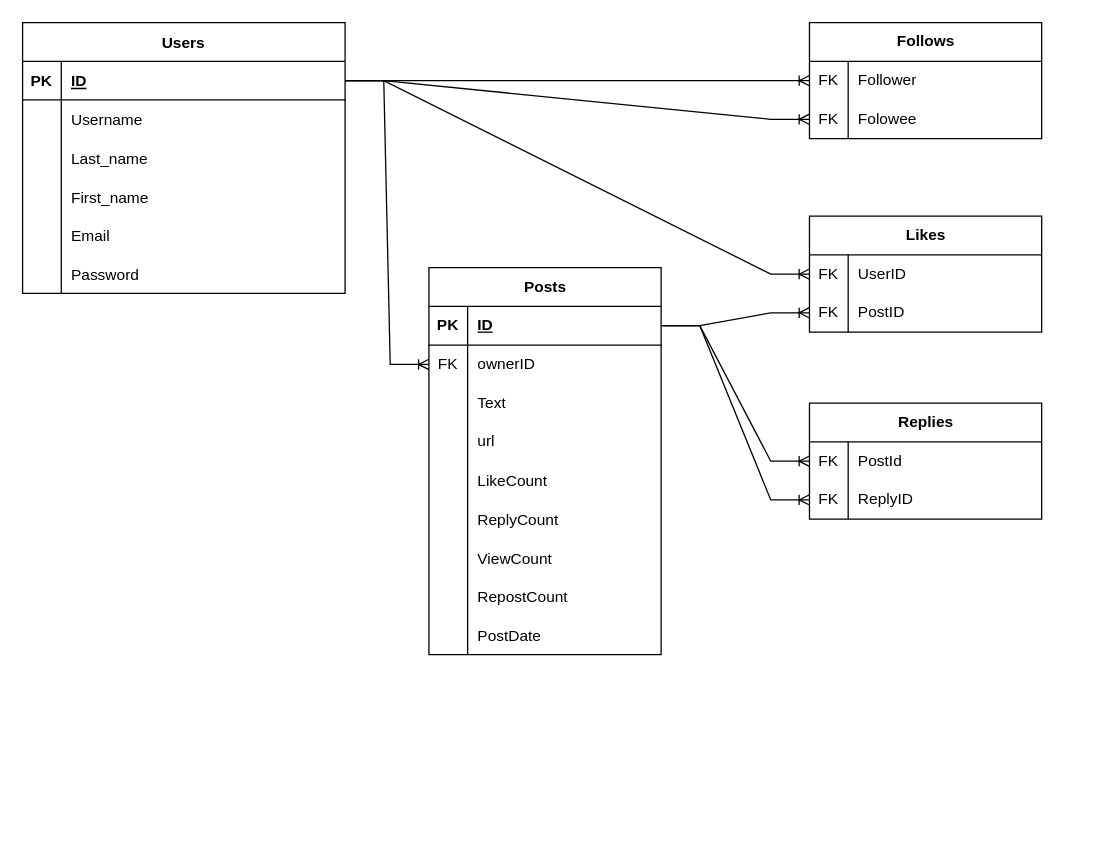
Before: Documentation/TwiterDB.drawio in DavidUKr/Twiter, a draw.io diagram. Source tidied: cells renumbered, new cells numbered last; positions are measured from the earlier drawing's top-left corner, leaving out a move shared by most shapes. Both pictures are drawn from the tidied source at 129%, with x=0, y=0 at pixel (22, 22).
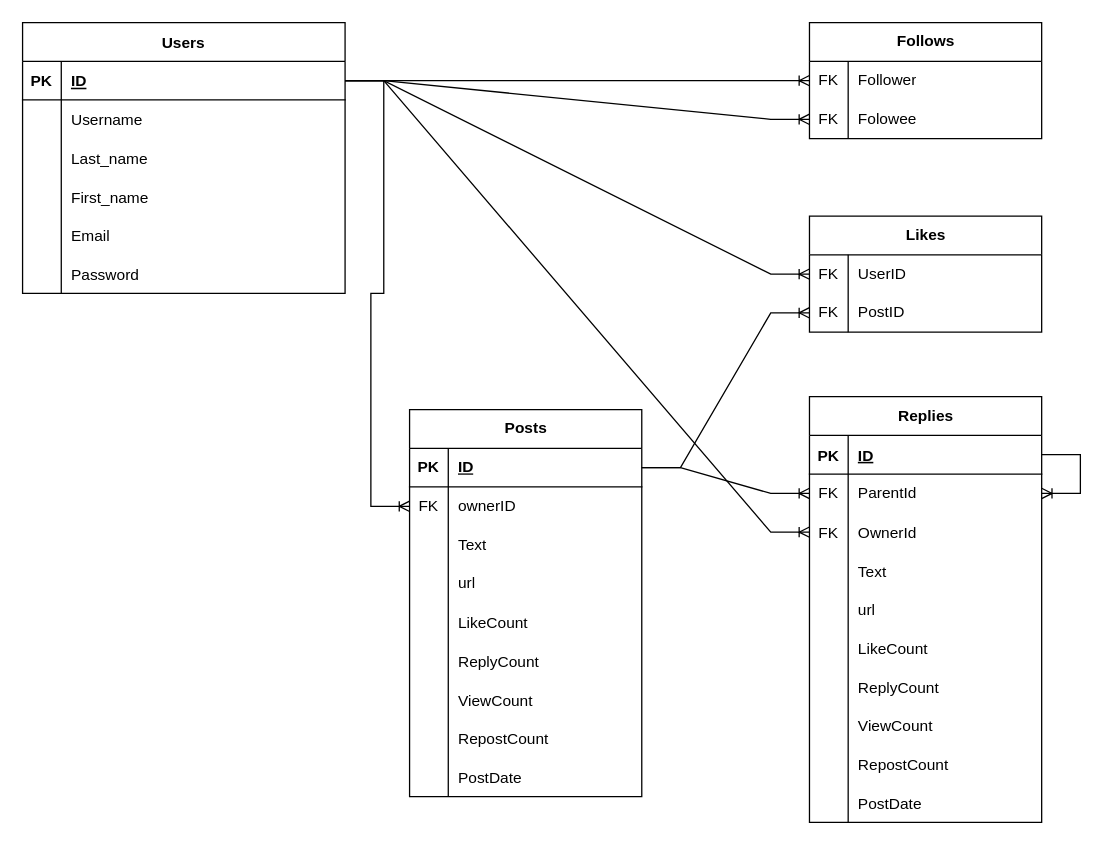
The same page after the edit.

Commit message:
replies table update

The change refers to these unchanged cells:
```xml
<mxCell id="3" style="shape=partialRectangle;fillColor=none;points=[[0,0.5],[1,0.5]];portConstraint=eastwest;top=0;left=0;right=0;bottom=1;" parent="2" vertex="1">
  <mxGeometry y="30" width="250" height="30" as="geometry" />
</mxCell>
<mxCell id="31" style="shape=tableRow;horizontal=0;startSize=0;swimlaneHead=0;swimlaneBody=0;fillColor=none;points=[[0,0.5],[1,0.5]];portConstraint=eastwest;top=0;left=0;right=0;bottom=1;" parent="30" vertex="1">
  <mxGeometry y="30" width="180" height="30" as="geometry" />
</mxCell>
```

Change to the diagram source:
```diff
@@
     <mxCell id="30" value="Posts" style="shape=table;startSize=30;childLayout=tableLayout;rowLines=0;fontStyle=1;align=center;html=1;" parent="1" vertex="1">
-      <mxGeometry x="315" y="190" width="180" height="300" as="geometry" />
+      <mxGeometry x="300" y="300" width="180" height="300" as="geometry" />
     </mxCell>
@@
     <mxCell id="59" value="Replies" style="shape=table;startSize=30;childLayout=tableLayout;rowLines=0;fontStyle=1;align=center;html=1;" parent="1" vertex="1">
-      <mxGeometry x="610" y="295" width="180" height="90" as="geometry" />
+      <mxGeometry x="610" y="290" width="180" height="330" as="geometry" />
     </mxCell>
+    <mxCell id="77" style="shape=tableRow;horizontal=0;startSize=0;swimlaneHead=0;swimlaneBody=0;fillColor=none;points=[[0,0.5],[1,0.5]];portConstraint=eastwest;top=0;left=0;right=0;bottom=1;" parent="59" vertex="1">
+      <mxGeometry y="30" width="180" height="30" as="geometry" />
+    </mxCell>
+    <mxCell id="78" value="PK" style="shape=partialRectangle;fillColor=none;top=0;left=0;bottom=0;right=0;fontStyle=1;overflow=hidden;" parent="77" vertex="1">
+      <mxGeometry width="30" height="30" as="geometry" />
+    </mxCell>
+    <mxCell id="79" value="ID" style="shape=partialRectangle;fillColor=none;top=0;left=0;bottom=0;right=0;align=left;spacingLeft=6;fontStyle=5;overflow=hidden;" parent="77" vertex="1">
+      <mxGeometry x="30" width="150" height="30" as="geometry" />
+    </mxCell>
     <mxCell id="60" style="shape=tableRow;horizontal=0;startSize=0;swimlaneHead=0;swimlaneBody=0;fillColor=none;points=[[0,0.5],[1,0.5]];portConstraint=eastwest;top=0;left=0;right=0;bottom=0;" parent="59" vertex="1">
-      <mxGeometry y="30" width="180" height="30" as="geometry" />
+      <mxGeometry y="60" width="180" height="30" as="geometry" />
     </mxCell>
@@
-    <mxCell id="62" value="PostId" style="shape=partialRectangle;fillColor=none;top=0;left=0;bottom=0;right=0;align=left;spacingLeft=6;fontStyle=0;overflow=hidden;whiteSpace=wrap;html=1;" parent="60" vertex="1">
+    <mxCell id="62" value="ParentId" style="shape=partialRectangle;fillColor=none;top=0;left=0;bottom=0;right=0;align=left;spacingLeft=6;fontStyle=0;overflow=hidden;whiteSpace=wrap;html=1;" parent="60" vertex="1">
       <mxGeometry x="30" width="150" height="30" as="geometry" />
     </mxCell>
-    <mxCell id="63" style="shape=tableRow;horizontal=0;startSize=0;swimlaneHead=0;swimlaneBody=0;fillColor=none;points=[[0,0.5],[1,0.5]];portConstraint=eastwest;top=0;left=0;right=0;bottom=0;" parent="59" vertex="1">
-      <mxGeometry y="60" width="180" height="30" as="geometry" />
-    </mxCell>
+    <mxCell id="80" style="shape=tableRow;horizontal=0;startSize=0;swimlaneHead=0;swimlaneBody=0;fillColor=none;points=[[0,0.5],[1,0.5]];portConstraint=eastwest;top=0;left=0;right=0;bottom=0;" parent="59" vertex="1">
+      <mxGeometry y="90" width="180" height="30" as="geometry" />
+    </mxCell>
-    <mxCell id="64" value="FK" style="shape=partialRectangle;fillColor=none;top=0;left=0;bottom=0;right=0;fontStyle=0;overflow=hidden;whiteSpace=wrap;html=1;" parent="63" vertex="1">
+    <mxCell id="64" value="FK" style="shape=partialRectangle;fillColor=none;top=0;left=0;bottom=0;right=0;overflow=hidden;" parent="80" vertex="1">
       <mxGeometry width="30" height="30" as="geometry" />
     </mxCell>
-    <mxCell id="65" value="ReplyID" style="shape=partialRectangle;fillColor=none;top=0;left=0;bottom=0;right=0;align=left;spacingLeft=6;fontStyle=0;overflow=hidden;whiteSpace=wrap;html=1;" parent="63" vertex="1">
-      <mxGeometry x="30" width="150" height="30" as="geometry" />
-    </mxCell>
+    <mxCell id="81" value="OwnerId" style="shape=partialRectangle;fillColor=none;top=0;left=0;bottom=0;right=0;align=left;spacingLeft=6;overflow=hidden;" parent="80" vertex="1">
+      <mxGeometry x="30" width="150" height="30" as="geometry" />
+    </mxCell>
+    <mxCell id="82" style="shape=tableRow;horizontal=0;startSize=0;swimlaneHead=0;swimlaneBody=0;fillColor=none;top=0;left=0;right=0;bottom=0;" parent="59" vertex="1">
+      <mxGeometry y="120" width="180" height="30" as="geometry" />
+    </mxCell>
+    <mxCell id="83" style="shape=partialRectangle;fillColor=none;top=0;left=0;bottom=0;right=0;overflow=hidden;" parent="82" vertex="1">
+      <mxGeometry width="30" height="30" as="geometry" />
+    </mxCell>
+    <mxCell id="84" value="Text" style="shape=partialRectangle;fillColor=none;top=0;left=0;bottom=0;right=0;align=left;spacingLeft=6;overflow=hidden;" parent="82" vertex="1">
+      <mxGeometry x="30" width="150" height="30" as="geometry" />
+    </mxCell>
+    <mxCell id="85" style="shape=tableRow;horizontal=0;startSize=0;swimlaneHead=0;swimlaneBody=0;fillColor=none;top=0;left=0;right=0;bottom=0;" parent="59" vertex="1">
+      <mxGeometry y="150" width="180" height="30" as="geometry" />
+    </mxCell>
+    <mxCell id="86" style="shape=partialRectangle;fillColor=none;top=0;left=0;bottom=0;right=0;overflow=hidden;" parent="85" vertex="1">
+      <mxGeometry width="30" height="30" as="geometry" />
+    </mxCell>
+    <mxCell id="87" value="url" style="shape=partialRectangle;fillColor=none;top=0;left=0;bottom=0;right=0;align=left;spacingLeft=6;overflow=hidden;" parent="85" vertex="1">
+      <mxGeometry x="30" width="150" height="30" as="geometry" />
+    </mxCell>
+    <mxCell id="88" style="shape=tableRow;horizontal=0;startSize=0;swimlaneHead=0;swimlaneBody=0;fillColor=none;top=0;left=0;right=0;bottom=0;" parent="59" vertex="1">
+      <mxGeometry y="180" width="180" height="30" as="geometry" />
+    </mxCell>
+    <mxCell id="89" style="shape=partialRectangle;fillColor=none;top=0;left=0;bottom=0;right=0;overflow=hidden;" parent="88" vertex="1">
+      <mxGeometry width="30" height="30" as="geometry" />
+    </mxCell>
+    <mxCell id="90" value="LikeCount" style="shape=partialRectangle;fillColor=none;top=0;left=0;bottom=0;right=0;align=left;spacingLeft=6;overflow=hidden;" parent="88" vertex="1">
+      <mxGeometry x="30" width="150" height="30" as="geometry" />
+    </mxCell>
+    <mxCell id="91" style="shape=tableRow;horizontal=0;startSize=0;swimlaneHead=0;swimlaneBody=0;fillColor=none;top=0;left=0;right=0;bottom=0;" parent="59" vertex="1">
+      <mxGeometry y="210" width="180" height="30" as="geometry" />
+    </mxCell>
+    <mxCell id="92" style="shape=partialRectangle;fillColor=none;top=0;left=0;bottom=0;right=0;overflow=hidden;" parent="91" vertex="1">
+      <mxGeometry width="30" height="30" as="geometry" />
+    </mxCell>
+    <mxCell id="93" value="ReplyCount" style="shape=partialRectangle;fillColor=none;top=0;left=0;bottom=0;right=0;align=left;spacingLeft=6;overflow=hidden;" parent="91" vertex="1">
+      <mxGeometry x="30" width="150" height="30" as="geometry" />
+    </mxCell>
+    <mxCell id="94" style="shape=tableRow;horizontal=0;startSize=0;swimlaneHead=0;swimlaneBody=0;fillColor=none;top=0;left=0;right=0;bottom=0;" parent="59" vertex="1">
+      <mxGeometry y="240" width="180" height="30" as="geometry" />
+    </mxCell>
+    <mxCell id="95" style="shape=partialRectangle;fillColor=none;top=0;left=0;bottom=0;right=0;overflow=hidden;" parent="94" vertex="1">
+      <mxGeometry width="30" height="30" as="geometry" />
+    </mxCell>
+    <mxCell id="96" value="ViewCount" style="shape=partialRectangle;fillColor=none;top=0;left=0;bottom=0;right=0;align=left;spacingLeft=6;overflow=hidden;" parent="94" vertex="1">
+      <mxGeometry x="30" width="150" height="30" as="geometry" />
+    </mxCell>
+    <mxCell id="97" style="edgeStyle=entityRelationEdgeStyle;fontSize=12;html=1;endArrow=ERoneToMany;rounded=0;entryX=1;entryY=0.5;entryDx=0;entryDy=0;" parent="59" edge="1" source="77" target="60">
+      <mxGeometry relative="1" as="geometry" />
+    </mxCell>
+    <mxCell id="98" style="shape=tableRow;horizontal=0;startSize=0;swimlaneHead=0;swimlaneBody=0;fillColor=none;top=0;left=0;right=0;bottom=0;" parent="59" vertex="1">
+      <mxGeometry y="270" width="180" height="30" as="geometry" />
+    </mxCell>
+    <mxCell id="99" style="shape=partialRectangle;fillColor=none;top=0;left=0;bottom=0;right=0;overflow=hidden;" parent="98" vertex="1">
+      <mxGeometry width="30" height="30" as="geometry" />
+    </mxCell>
+    <mxCell id="100" value="RepostCount" style="shape=partialRectangle;fillColor=none;top=0;left=0;bottom=0;right=0;align=left;spacingLeft=6;overflow=hidden;" parent="98" vertex="1">
+      <mxGeometry x="30" width="150" height="30" as="geometry" />
+    </mxCell>
+    <mxCell id="101" style="shape=tableRow;horizontal=0;startSize=0;swimlaneHead=0;swimlaneBody=0;fillColor=none;top=0;left=0;right=0;bottom=0;" parent="59" vertex="1">
+      <mxGeometry y="300" width="180" height="30" as="geometry" />
+    </mxCell>
+    <mxCell id="102" style="shape=partialRectangle;fillColor=none;top=0;left=0;bottom=0;right=0;overflow=hidden;" parent="101" vertex="1">
+      <mxGeometry width="30" height="30" as="geometry" />
+    </mxCell>
+    <mxCell id="103" value="PostDate" style="shape=partialRectangle;fillColor=none;top=0;left=0;bottom=0;right=0;align=left;spacingLeft=6;overflow=hidden;" parent="101" vertex="1">
+      <mxGeometry x="30" width="150" height="30" as="geometry" />
+    </mxCell>
@@
-    <mxCell id="67" style="edgeStyle=entityRelationEdgeStyle;fontSize=12;html=1;endArrow=ERoneToMany;rounded=0;entryX=0;entryY=0.5;entryDx=0;entryDy=0;exitX=1;exitY=0.5;exitDx=0;exitDy=0;" parent="1" edge="1" source="31" target="63">
-      <mxGeometry relative="1" as="geometry" />
-    </mxCell>
@@
+    <mxCell id="104" style="edgeStyle=entityRelationEdgeStyle;fontSize=12;html=1;endArrow=ERoneToMany;rounded=0;entryX=0;entryY=0.5;entryDx=0;entryDy=0;exitX=1;exitY=0.5;exitDx=0;exitDy=0;" parent="1" edge="1" source="3" target="80">
+      <mxGeometry relative="1" as="geometry" />
+    </mxCell>
```
